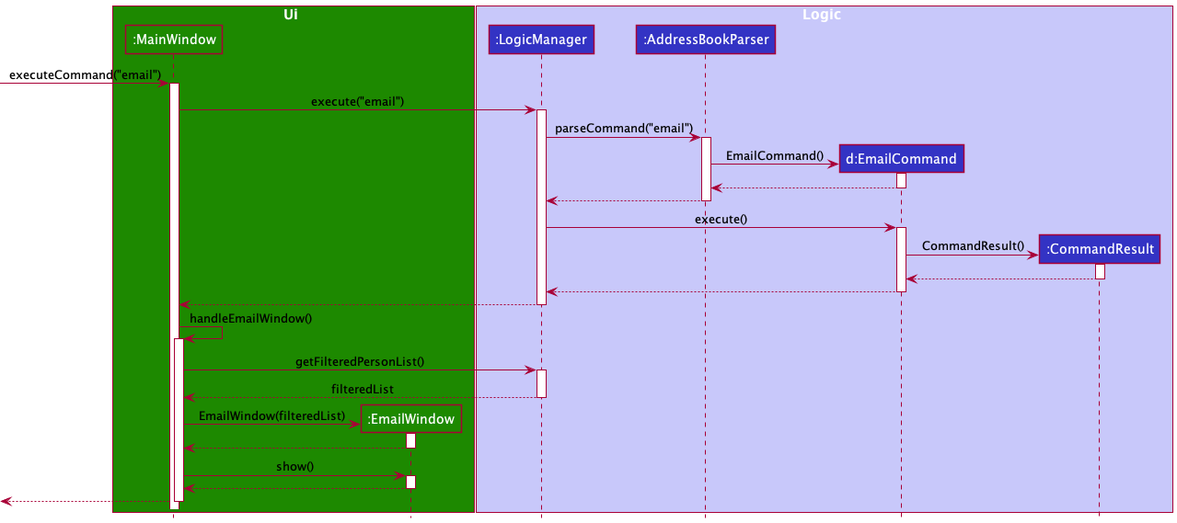
The PlantUML diagram docs/images/EmailSequenceDiagram.png in nus-cs2103-AY2122S2/tp, before a commit.
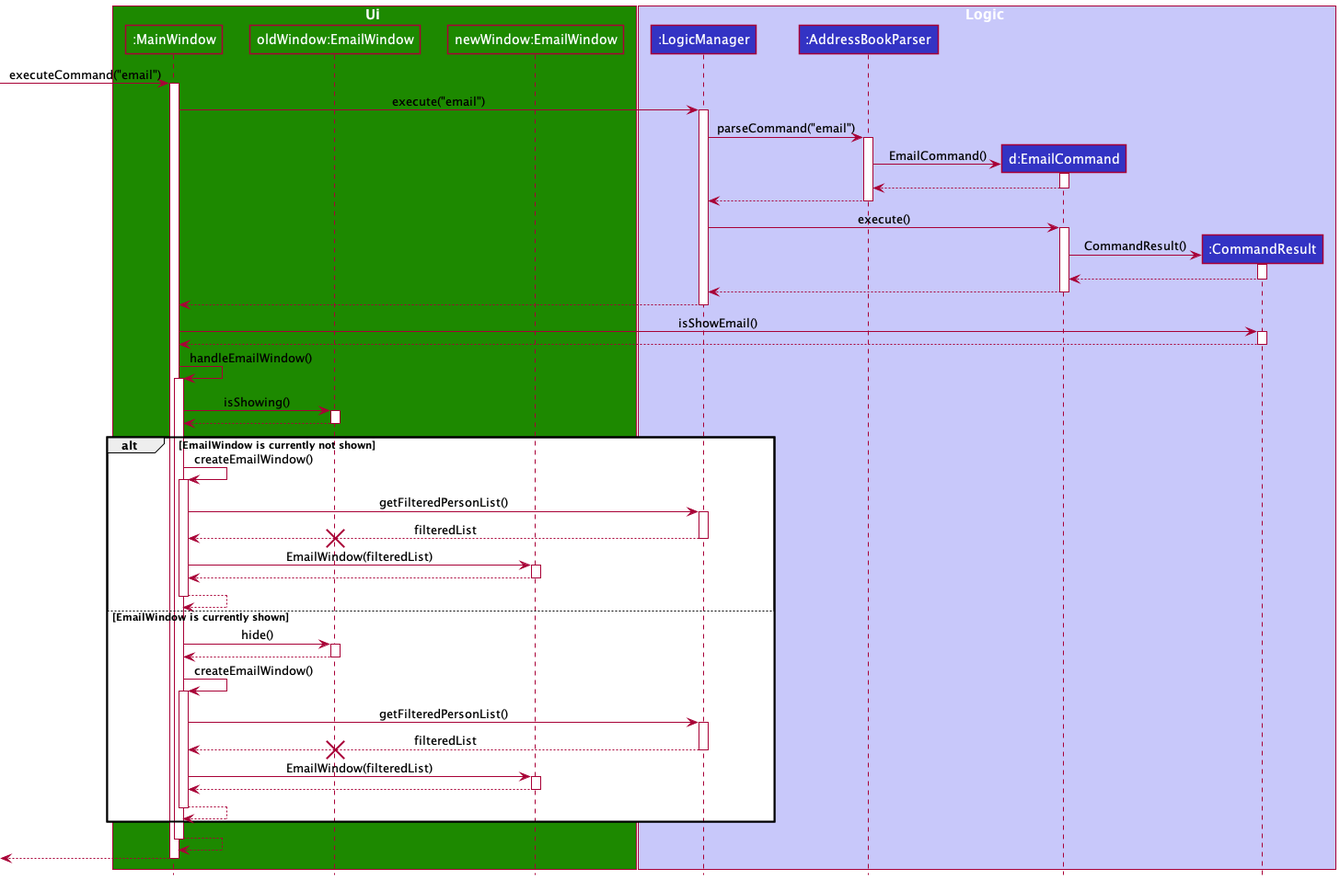
Above is the later version.

Commit message:
Addition of Help feature to DG and edit EmailSequenceDiagram

Diff of the diagram source:
```diff
@@ -3,7 +3,8 @@
 
 box Ui UI_COLOR
 participant ":MainWindow" as MainWindow UI_COLOR
-participant ":EmailWindow" as EmailWindow UI_COLOR
+participant "oldWindow:EmailWindow" as EmailWindow UI_COLOR
+participant "newWindow:EmailWindow" as EmailWindow1 UI_COLOR
 end box
 
 box Logic LOGIC_COLOR_T1
@@ -51,28 +52,82 @@
 LogicManager --> MainWindow
 deactivate LogicManager
 
+MainWindow -> CommandResult : isShowEmail()
+activate CommandResult
+
+CommandResult --> MainWindow
+deactivate CommandResult
+
 MainWindow -> MainWindow : handleEmailWindow()
 activate MainWindow
 
-MainWindow -> LogicManager : getFilteredPersonList()
-activate LogicManager
-
-LogicManager --> MainWindow : filteredList
-deactivate LogicManager
-
-create EmailWindow
-MainWindow -> EmailWindow : EmailWindow(filteredList)
+MainWindow -> EmailWindow : isShowing()
 activate EmailWindow
 
 EmailWindow --> MainWindow
 deactivate EmailWindow
 
-MainWindow -> EmailWindow : show()
-activate EmailWindow
+alt EmailWindow is currently not shown
 
-EmailWindow --> MainWindow
-deactivate EmailWindow
 
-[<--MainWindow
-deactivate MainWindow
+    MainWindow -> MainWindow : createEmailWindow()
+    activate MainWindow
+
+    MainWindow -> LogicManager : getFilteredPersonList()
+    activate LogicManager
+
+    LogicManager --> MainWindow : filteredList
+    deactivate LogicManager
+    destroy EmailWindow
+
+
+    MainWindow -> EmailWindow1 : EmailWindow(filteredList)
+    activate EmailWindow1
+
+
+    EmailWindow1 --> MainWindow
+    deactivate EmailWindow1
+
+    MainWindow --> MainWindow
+    deactivate MainWindow
+
+
+
+else EmailWindow is currently shown
+    MainWindow -> EmailWindow : hide()
+    activate EmailWindow
+
+    EmailWindow --> MainWindow
+    deactivate EmailWindow
+
+
+    MainWindow -> MainWindow : createEmailWindow()
+    activate MainWindow
+
+    MainWindow -> LogicManager : getFilteredPersonList()
+    activate LogicManager
+
+    LogicManager --> MainWindow : filteredList
+    deactivate LogicManager
+
+    destroy EmailWindow
+
+    MainWindow -> EmailWindow1 : EmailWindow(filteredList)
+    activate EmailWindow1
+
+    EmailWindow1 --> MainWindow
+    deactivate EmailWindow1
+
+
+    MainWindow --> MainWindow
+    deactivate MainWindow
+
+
+end
+
+    MainWindow --> MainWindow
+    deactivate MainWindow
+
+    [<--MainWindow
+    deactivate MainWindow
 @enduml
```
